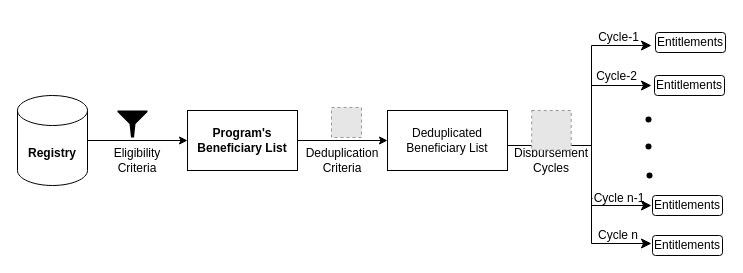
Above: .gitbook/assets/program-management-process.drawio in OpenG2P/openg2p-documentation (draw.io), before the change. Source tidied: cells renumbered, new cells numbered last; positions are measured from the earlier drawing's top-left corner, leaving out a move shared by most shapes. Both pictures are drawn from the tidied source at 100%, with x=0, y=0 at pixel (17, 22). Pictures stored in the file or linked from it are replaced by grey dashed boxes.
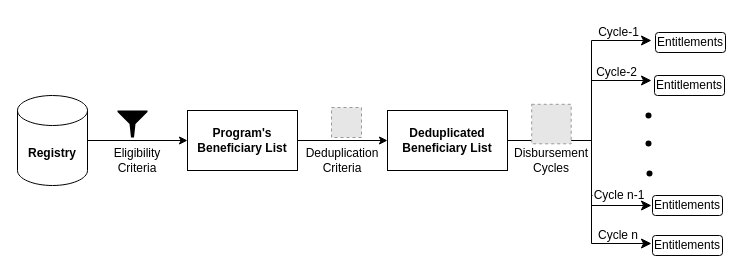
The same diagram, later.

Diff of the diagram source:
```diff
@@
-    <mxCell id="8" value="Deduplicated Beneficiary List" style="rounded=0;whiteSpace=wrap;html=1;" parent="1" vertex="1">
+    <mxCell id="8" value="&lt;b&gt;Deduplicated Beneficiary List&lt;/b&gt;" style="rounded=0;whiteSpace=wrap;html=1;" parent="1" vertex="1">
       <mxGeometry x="370" y="88" width="120" height="60" as="geometry" />
     </mxCell>
@@
     <mxCell id="11" style="edgeStyle=elbowEdgeStyle;elbow=horizontal;endArrow=classic;html=1;curved=0;rounded=0;endSize=8;startSize=8;" parent="1" edge="1">
       <mxGeometry relative="1" as="geometry">
-        <mxPoint x="544" y="123" as="sourcePoint" />
-        <mxPoint x="634" y="23" as="targetPoint" />
+        <mxPoint x="544" y="118" as="sourcePoint" />
+        <mxPoint x="634" y="18" as="targetPoint" />
         <Array as="points">
-          <mxPoint x="574" y="73" />
+          <mxPoint x="574" y="68" />
         </Array>
       </mxGeometry>
     </mxCell>
     <mxCell id="12" style="edgeStyle=elbowEdgeStyle;elbow=horizontal;endArrow=classic;html=1;curved=0;rounded=0;endSize=8;startSize=8;" parent="1" edge="1">
       <mxGeometry relative="1" as="geometry">
-        <mxPoint x="544" y="123" as="sourcePoint" />
-        <mxPoint x="634" y="63" as="targetPoint" />
+        <mxPoint x="534" y="118" as="sourcePoint" />
+        <mxPoint x="634" y="58" as="targetPoint" />
         <Array as="points">
-          <mxPoint x="574" y="83" />
+          <mxPoint x="574" y="78" />
         </Array>
       </mxGeometry>
     </mxCell>
@@
-    <mxCell id="14" style="edgeStyle=elbowEdgeStyle;elbow=horizontal;endArrow=classic;html=1;curved=0;rounded=0;endSize=8;startSize=8;exitX=1;exitY=0.617;exitDx=0;exitDy=0;exitPerimeter=0;" parent="1" edge="1">
+    <mxCell id="14" style="edgeStyle=elbowEdgeStyle;elbow=horizontal;endArrow=classic;html=1;curved=0;rounded=0;endSize=8;startSize=8;exitX=1;exitY=0.5;exitDx=0;exitDy=0;" parent="1" edge="1" source="8">
       <mxGeometry relative="1" as="geometry">
-        <mxPoint x="490" y="123" as="sourcePoint" />
         <mxPoint x="634" y="221" as="targetPoint" />
         <Array as="points">
           <mxPoint x="574" y="81" />
         </Array>
       </mxGeometry>
     </mxCell>
     <mxCell id="15" style="shape=waypoint;sketch=0;fillStyle=solid;size=6;fillColor=none;perimeter=centerPerimeter;" parent="1" vertex="1">
-      <mxGeometry x="621" y="87" width="20" height="20" as="geometry" />
+      <mxGeometry x="621" y="83" width="20" height="20" as="geometry" />
     </mxCell>
     <mxCell id="16" style="shape=waypoint;sketch=0;fillStyle=solid;size=6;fillColor=none;perimeter=centerPerimeter;" parent="1" vertex="1">
-      <mxGeometry x="621" y="114" width="20" height="20" as="geometry" />
+      <mxGeometry x="621" y="111" width="20" height="20" as="geometry" />
     </mxCell>
     <mxCell id="17" style="shape=waypoint;sketch=0;fillStyle=solid;size=6;fillColor=none;perimeter=centerPerimeter;" parent="1" vertex="1">
-      <mxGeometry x="622" y="143" width="20" height="20" as="geometry" />
+      <mxGeometry x="622" y="141" width="20" height="20" as="geometry" />
     </mxCell>
     <mxCell id="18" value="Cycle-1" style="text;html=1;strokeColor=none;fillColor=none;align=center;verticalAlign=middle;whiteSpace=wrap;rounded=0;" parent="1" vertex="1">
-      <mxGeometry x="574" width="55" height="30" as="geometry" />
+      <mxGeometry x="574" y="-5" width="55" height="30" as="geometry" />
     </mxCell>
     <mxCell id="19" value="Cycle-2" style="text;html=1;strokeColor=none;fillColor=none;align=center;verticalAlign=middle;whiteSpace=wrap;rounded=0;" parent="1" vertex="1">
-      <mxGeometry x="574" y="39" width="51" height="30" as="geometry" />
+      <mxGeometry x="574" y="35" width="51" height="30" as="geometry" />
     </mxCell>
@@
     <mxCell id="26" value="Cycle n-1" style="text;html=1;strokeColor=none;fillColor=none;align=center;verticalAlign=middle;whiteSpace=wrap;rounded=0;" parent="1" vertex="1">
-      <mxGeometry x="575" y="161" width="54" height="30" as="geometry" />
+      <mxGeometry x="575" y="158" width="54" height="30" as="geometry" />
     </mxCell>
     <mxCell id="27" style="fillColor=#E6E6E6;strokeColor=#999999;dashed=1;verticalLabelPosition=bottom;labelBackgroundColor=default;verticalAlign=top;" parent="1" vertex="1">
-      <mxGeometry x="514.2" y="88" width="39.5" height="39.5" as="geometry" />
+      <mxGeometry x="514.2" y="81.8" width="39.5" height="39.5" as="geometry" />
     </mxCell>
```
